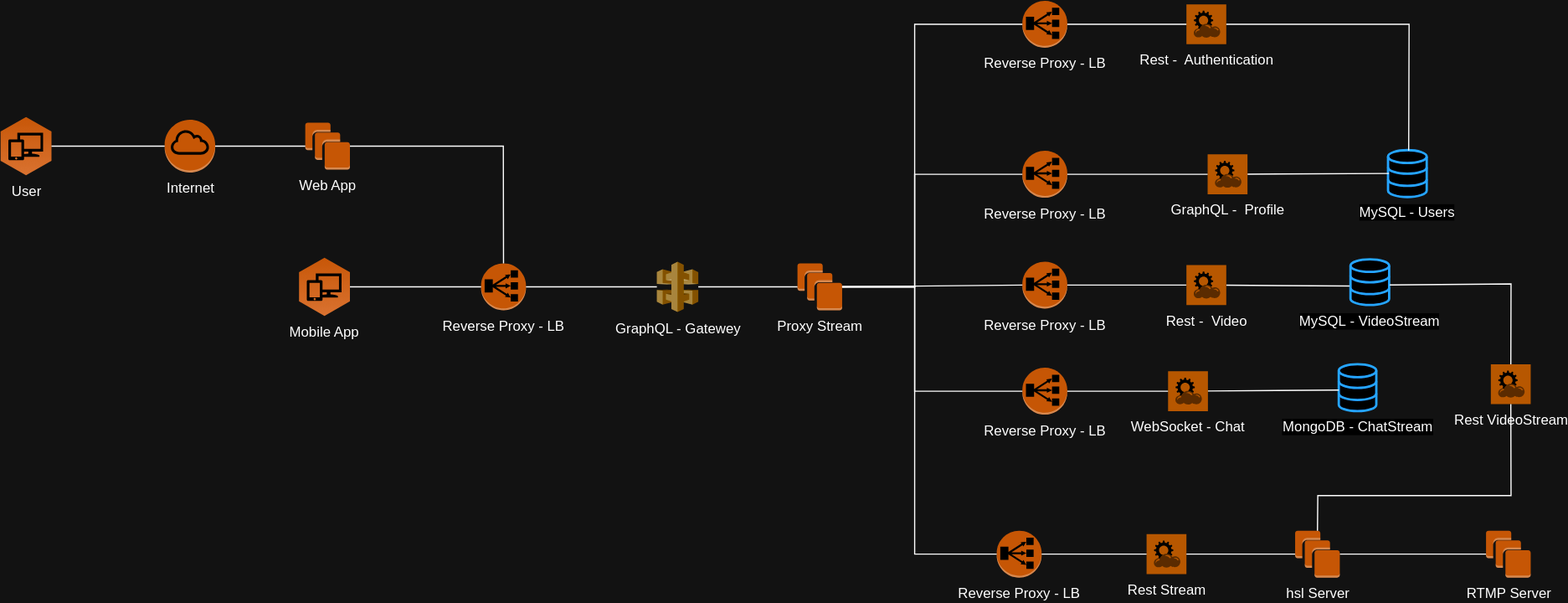
Before: Assets/LivelyArchitecture.svg, a diagram exported from draw.io (felixasela/Lively). Source tidied: cells renumbered, new cells last; positions are measured from the earlier drawing's top-left corner, leaving out a move shared by most shapes.
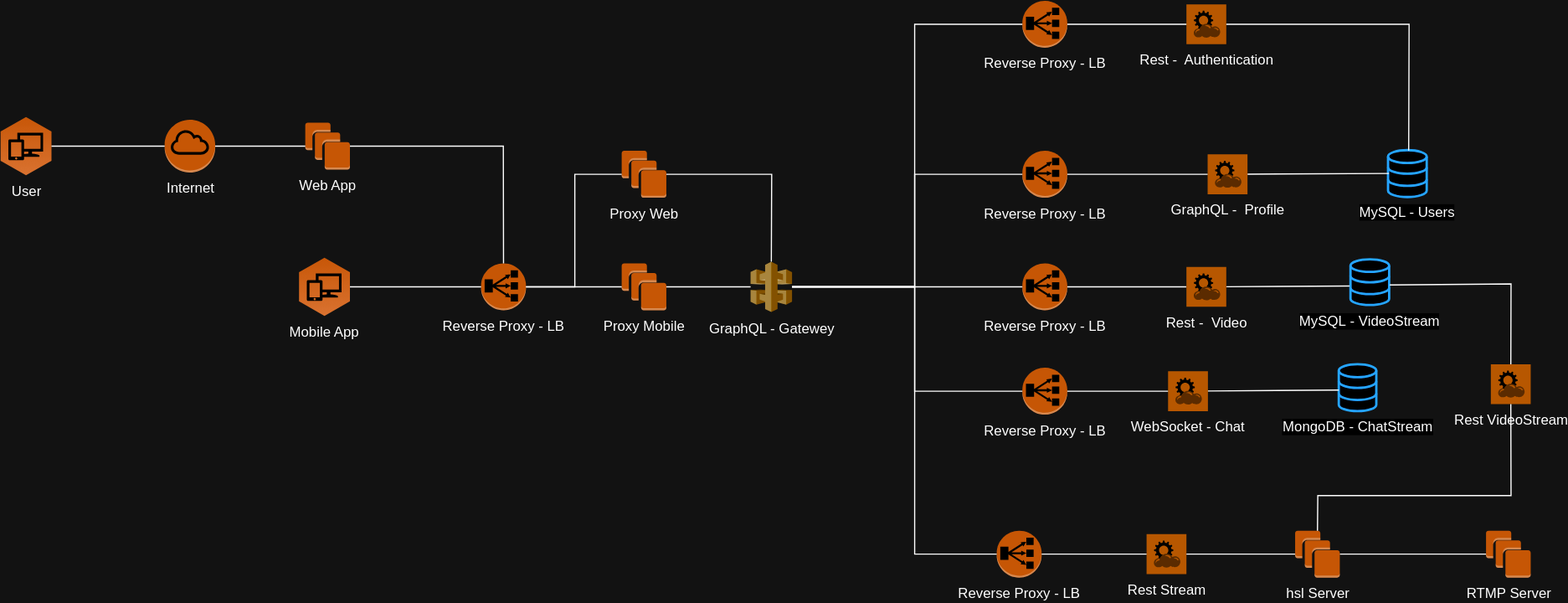
The same diagram one commit later.

Commit message:
refactor: Architecture diagram

The edit, as a diff of the source:
```diff
@@ -3,7 +3,7 @@
     <mxCell id="0" />
     <mxCell id="1" parent="0" />
     <mxCell id="2" value="GraphQL - Gatewey&lt;br&gt;" style="outlineConnect=0;dashed=0;verticalLabelPosition=bottom;verticalAlign=top;align=center;html=1;shape=mxgraph.aws3.api_gateway;fillColor=#D9A741;gradientColor=none;" parent="1" vertex="1">
-      <mxGeometry x="560" y="222.5" width="35.4" height="43" as="geometry" />
+      <mxGeometry x="640" y="222.5" width="35.4" height="43" as="geometry" />
     </mxCell>
     <mxCell id="3" value="Reverse Proxy - LB" style="outlineConnect=0;dashed=0;verticalLabelPosition=bottom;verticalAlign=top;align=center;html=1;shape=mxgraph.aws3.classic_load_balancer;fillColor=#F58534;gradientColor=none;" parent="1" vertex="1">
       <mxGeometry x="410" y="224" width="38.3" height="40" as="geometry" />
@@ -18,9 +18,6 @@
         </Array>
       </mxGeometry>
     </mxCell>
-    <mxCell id="6" style="endArrow=none;html=1;rounded=0;exitX=1;exitY=0.5;exitDx=0;exitDy=0;exitPerimeter=0;" parent="1" edge="1" source="3" target="2">
-      <mxGeometry relative="1" as="geometry" />
-    </mxCell>
     <mxCell id="7" value="MySQL&amp;nbsp;- VideoStream" style="html=1;verticalLabelPosition=bottom;align=center;labelBackgroundColor=#ffffff;verticalAlign=top;strokeWidth=2;strokeColor=#0080F0;shadow=0;dashed=0;shape=mxgraph.ios7.icons.data;" parent="1" vertex="1">
       <mxGeometry x="1151.9" y="220.5" width="33" height="39" as="geometry" />
     </mxCell>
@@ -28,12 +25,12 @@
       <mxGeometry relative="1" as="geometry" />
     </mxCell>
     <mxCell id="9" value="Reverse Proxy - LB" style="outlineConnect=0;dashed=0;verticalLabelPosition=bottom;verticalAlign=top;align=center;html=1;shape=mxgraph.aws3.classic_load_balancer;fillColor=#F58534;gradientColor=none;" parent="1" vertex="1">
-      <mxGeometry x="871.9" y="222.5" width="38.3" height="40" as="geometry" />
+      <mxGeometry x="871.9" y="224" width="38.3" height="40" as="geometry" />
     </mxCell>
     <mxCell id="10" style="endArrow=none;html=1;rounded=0;exitX=1;exitY=0.5;exitDx=0;exitDy=0;exitPerimeter=0;" parent="1" edge="1" source="9" target="18">
       <mxGeometry relative="1" as="geometry" />
     </mxCell>
-    <mxCell id="11" style="endArrow=none;html=1;rounded=0;entryX=0;entryY=0.5;entryDx=0;entryDy=0;entryPerimeter=0;exitX=1;exitY=0.5;exitDx=0;exitDy=0;exitPerimeter=0;" parent="1" edge="1" source="24" target="9">
+    <mxCell id="11" style="endArrow=none;html=1;rounded=0;entryX=0;entryY=0.5;entryDx=0;entryDy=0;entryPerimeter=0;" parent="1" edge="1" source="2" target="9">
       <mxGeometry relative="1" as="geometry" />
     </mxCell>
     <mxCell id="12" value="Internet" style="outlineConnect=0;dashed=0;verticalLabelPosition=bottom;verticalAlign=top;align=center;html=1;shape=mxgraph.aws3.internet_gateway;fillColor=#F58534;gradientColor=none;" parent="1" vertex="1">
@@ -55,7 +52,7 @@
       <mxGeometry x="850" y="452" width="38.3" height="40" as="geometry" />
     </mxCell>
     <mxCell id="18" value="Rest -&amp;nbsp; Video" style="shadow=0;dashed=0;html=1;strokeColor=none;fillColor=#EF8F21;labelPosition=center;verticalLabelPosition=bottom;verticalAlign=top;align=center;outlineConnect=0;shape=mxgraph.veeam.2d.restful_apis;" parent="1" vertex="1">
-      <mxGeometry x="1011.9" y="225.5" width="34" height="34" as="geometry" />
+      <mxGeometry x="1011.9" y="227" width="34" height="34" as="geometry" />
     </mxCell>
     <mxCell id="19" value="RTMP Server" style="outlineConnect=0;dashed=0;verticalLabelPosition=bottom;verticalAlign=top;align=center;html=1;shape=mxgraph.aws3.instances;fillColor=#F58534;gradientColor=none;" parent="1" vertex="1">
       <mxGeometry x="1267.6" y="452" width="38.1" height="40" as="geometry" />
@@ -80,8 +77,8 @@
     <mxCell id="23" value="WebSocket - Chat" style="shadow=0;dashed=0;html=1;strokeColor=none;fillColor=#EF8F21;labelPosition=center;verticalLabelPosition=bottom;verticalAlign=top;align=center;outlineConnect=0;shape=mxgraph.veeam.2d.restful_apis;" parent="1" vertex="1">
       <mxGeometry x="996.2" y="316" width="34" height="34" as="geometry" />
     </mxCell>
-    <mxCell id="24" value="Proxy Stream" style="outlineConnect=0;dashed=0;verticalLabelPosition=bottom;verticalAlign=top;align=center;html=1;shape=mxgraph.aws3.instances;fillColor=#F58534;gradientColor=none;" parent="1" vertex="1">
-      <mxGeometry x="680" y="224" width="38.1" height="40" as="geometry" />
+    <mxCell id="24" value="Proxy Mobile" style="outlineConnect=0;dashed=0;verticalLabelPosition=bottom;verticalAlign=top;align=center;html=1;shape=mxgraph.aws3.instances;fillColor=#F58534;gradientColor=none;" parent="1" vertex="1">
+      <mxGeometry x="530" y="224" width="38.1" height="40" as="geometry" />
     </mxCell>
     <mxCell id="25" value="Reverse Proxy - LB" style="outlineConnect=0;dashed=0;verticalLabelPosition=bottom;verticalAlign=top;align=center;html=1;shape=mxgraph.aws3.classic_load_balancer;fillColor=#F58534;gradientColor=none;" parent="1" vertex="1">
       <mxGeometry x="871.9" y="313" width="38.3" height="40" as="geometry" />
@@ -92,7 +89,7 @@
     <mxCell id="27" style="endArrow=none;html=1;rounded=0;exitX=1;exitY=0.5;exitDx=0;exitDy=0;exitPerimeter=0;" parent="1" edge="1" source="25" target="23">
       <mxGeometry relative="1" as="geometry" />
     </mxCell>
-    <mxCell id="28" style="endArrow=none;html=1;rounded=0;entryX=0;entryY=0.5;entryDx=0;entryDy=0;entryPerimeter=0;exitX=1;exitY=0.5;exitDx=0;exitDy=0;exitPerimeter=0;" parent="1" edge="1" source="24" target="25">
+    <mxCell id="28" style="endArrow=none;html=1;rounded=0;entryX=0;entryY=0.5;entryDx=0;entryDy=0;entryPerimeter=0;" parent="1" edge="1" source="2" target="25">
       <mxGeometry relative="1" as="geometry">
         <Array as="points">
           <mxPoint x="780" y="244" />
@@ -149,10 +146,7 @@
     <mxCell id="41" style="endArrow=none;html=1;rounded=0;exitX=1;exitY=0.5;exitDx=0;exitDy=0;exitPerimeter=0;" parent="1" edge="1" source="40" target="39">
       <mxGeometry relative="1" as="geometry" />
     </mxCell>
-    <mxCell id="42" style="endArrow=none;html=1;rounded=0;entryX=0;entryY=0.5;entryDx=0;entryDy=0;entryPerimeter=0;" parent="1" edge="1" source="2" target="24">
-      <mxGeometry relative="1" as="geometry" />
-    </mxCell>
-    <mxCell id="43" style="endArrow=none;html=1;rounded=0;exitX=1;exitY=0.5;exitDx=0;exitDy=0;exitPerimeter=0;entryX=0;entryY=0.5;entryDx=0;entryDy=0;entryPerimeter=0;" parent="1" edge="1" source="24" target="17">
+    <mxCell id="43" style="endArrow=none;html=1;rounded=0;entryX=0;entryY=0.5;entryDx=0;entryDy=0;entryPerimeter=0;" parent="1" edge="1" source="2" target="17">
       <mxGeometry relative="1" as="geometry">
         <Array as="points">
           <mxPoint x="780" y="244" />
@@ -160,7 +154,7 @@
         </Array>
       </mxGeometry>
     </mxCell>
-    <mxCell id="44" style="endArrow=none;html=1;rounded=0;exitX=1;exitY=0.5;exitDx=0;exitDy=0;exitPerimeter=0;entryX=0;entryY=0.5;entryDx=0;entryDy=0;entryPerimeter=0;" parent="1" edge="1" source="24" target="40">
+    <mxCell id="44" style="endArrow=none;html=1;rounded=0;entryX=0;entryY=0.5;entryDx=0;entryDy=0;entryPerimeter=0;" parent="1" edge="1" source="2" target="40">
       <mxGeometry relative="1" as="geometry">
         <Array as="points">
           <mxPoint x="780" y="244" />
@@ -168,7 +162,7 @@
         </Array>
       </mxGeometry>
     </mxCell>
-    <mxCell id="45" style="endArrow=none;html=1;rounded=0;exitX=1;exitY=0.5;exitDx=0;exitDy=0;exitPerimeter=0;entryX=0;entryY=0.5;entryDx=0;entryDy=0;entryPerimeter=0;" parent="1" edge="1" source="24" target="30">
+    <mxCell id="45" style="endArrow=none;html=1;rounded=0;entryX=0;entryY=0.5;entryDx=0;entryDy=0;entryPerimeter=0;" parent="1" edge="1" source="2" target="30">
       <mxGeometry relative="1" as="geometry">
         <Array as="points">
           <mxPoint x="780" y="244" />
@@ -185,5 +179,29 @@
     <mxCell id="48" style="endArrow=none;html=1;rounded=0;exitX=1;exitY=0.5;exitDx=0;exitDy=0;exitPerimeter=0;" parent="1" edge="1" source="17" target="46">
       <mxGeometry relative="1" as="geometry" />
     </mxCell>
+    <mxCell id="49" value="Proxy Web" style="outlineConnect=0;dashed=0;verticalLabelPosition=bottom;verticalAlign=top;align=center;html=1;shape=mxgraph.aws3.instances;fillColor=#F58534;gradientColor=none;" parent="1" vertex="1">
+      <mxGeometry x="530" y="128" width="38.1" height="40" as="geometry" />
+    </mxCell>
+    <mxCell id="50" style="endArrow=none;html=1;rounded=0;entryX=0;entryY=0.5;entryDx=0;entryDy=0;entryPerimeter=0;exitX=1;exitY=0.5;exitDx=0;exitDy=0;exitPerimeter=0;" parent="1" edge="1" source="3" target="24">
+      <mxGeometry relative="1" as="geometry" />
+    </mxCell>
+    <mxCell id="51" style="endArrow=none;html=1;rounded=0;exitX=1;exitY=0.5;exitDx=0;exitDy=0;exitPerimeter=0;" parent="1" edge="1" source="24" target="2">
+      <mxGeometry relative="1" as="geometry" />
+    </mxCell>
+    <mxCell id="52" style="endArrow=none;html=1;rounded=0;entryX=0;entryY=0.5;entryDx=0;entryDy=0;entryPerimeter=0;exitX=1;exitY=0.5;exitDx=0;exitDy=0;exitPerimeter=0;" parent="1" edge="1" source="3" target="49">
+      <mxGeometry relative="1" as="geometry">
+        <Array as="points">
+          <mxPoint x="490" y="244" />
+          <mxPoint x="490" y="148" />
+        </Array>
+      </mxGeometry>
+    </mxCell>
+    <mxCell id="53" style="endArrow=none;html=1;rounded=0;exitX=1;exitY=0.5;exitDx=0;exitDy=0;exitPerimeter=0;entryX=0.5;entryY=0;entryDx=0;entryDy=0;entryPerimeter=0;" parent="1" edge="1" source="49" target="2">
+      <mxGeometry relative="1" as="geometry">
+        <Array as="points">
+          <mxPoint x="658" y="148" />
+        </Array>
+      </mxGeometry>
+    </mxCell>
   </root>
 </mxGraphModel>
```
